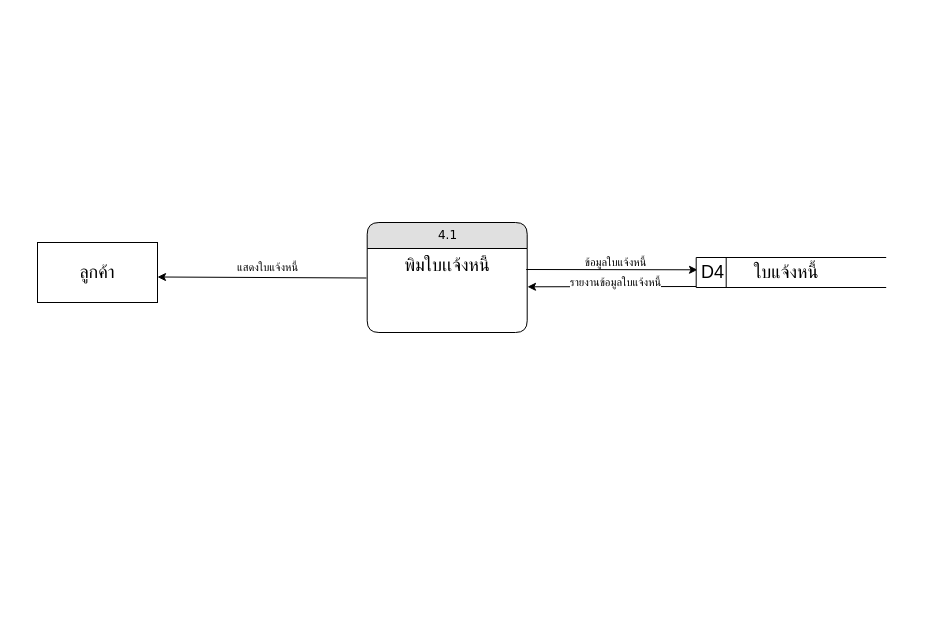
Above: dataflow-pms-4.0.drawio in NewSnooker/it-udvc-pms (draw.io), before the change. Source tidied: cells renumbered, new cells numbered last; positions are measured from the earlier drawing's top-left corner, leaving out a move shared by most shapes. Both pictures are drawn from the tidied source at 100%, with x=0, y=0 at pixel (37, 222).
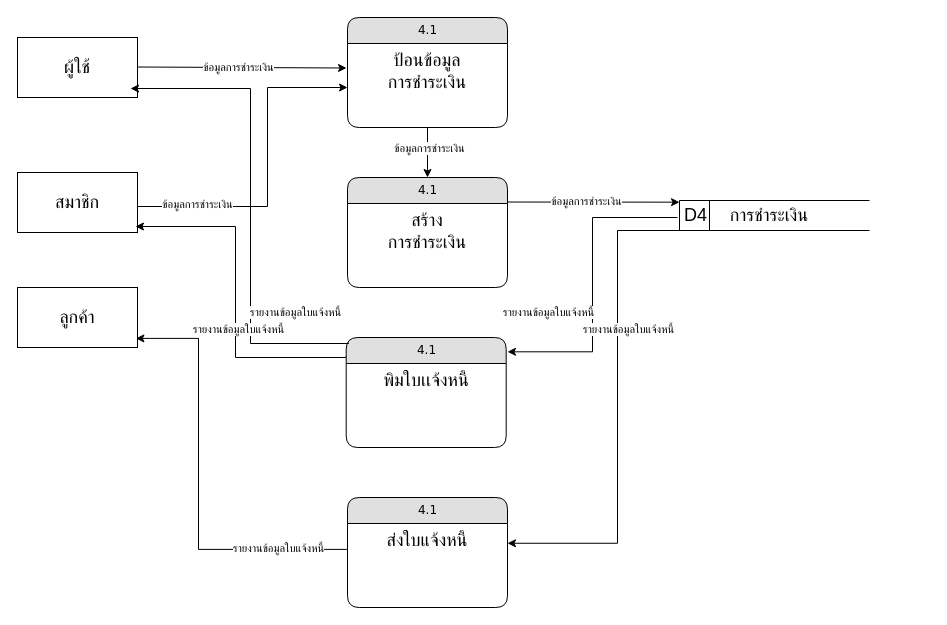
Above is the later version.

Diff of the diagram source:
```diff
@@
     <mxCell id="2" value="4.1" style="swimlane;html=1;fontStyle=0;horizontal=1;startSize=26;fillColor=#e0e0e0;swimlaneFillColor=#ffffff;align=center;rounded=1;shadow=0;comic=0;labelBackgroundColor=none;strokeWidth=1;fontFamily=Verdana;fontSize=12;" parent="1" vertex="1">
-      <mxGeometry x="329.7" width="160" height="110" as="geometry" />
+      <mxGeometry x="308.7" y="115" width="160" height="110" as="geometry" />
     </mxCell>
@@
+    <mxCell id="7" style="endArrow=classic;html=1;rounded=0;exitX=-0.003;exitY=0.826;exitDx=0;exitDy=0;entryX=1;entryY=0.833;entryDx=0;entryDy=0;entryPerimeter=0;exitPerimeter=0;" parent="1" edge="1">
+      <mxGeometry relative="1" as="geometry">
+        <mxPoint x="100" y="-155.5" as="sourcePoint" />
+        <mxPoint x="309" y="-154.5" as="targetPoint" />
+      </mxGeometry>
+    </mxCell>
     <mxCell id="4" value="&lt;span style=&quot;font-size: 18px;&quot;&gt;ลูกค้า&lt;/span&gt;" style="rounded=0;whiteSpace=wrap;html=1;" parent="1" vertex="1">
-      <mxGeometry y="20" width="120" height="60" as="geometry" />
+      <mxGeometry x="-20" y="65" width="120" height="60" as="geometry" />
     </mxCell>
-    <mxCell id="5" style="endArrow=classic;html=1;rounded=0;exitX=0.992;exitY=0.389;exitDx=0;exitDy=0;exitPerimeter=0;entryX=0;entryY=0.242;entryDx=0;entryDy=0;entryPerimeter=0;" parent="1" edge="1">
-      <mxGeometry relative="1" as="geometry">
-        <mxPoint x="488.7" y="47" as="sourcePoint" />
-        <mxPoint x="660" y="47.3" as="targetPoint" />
-      </mxGeometry>
-    </mxCell>
-    <mxCell id="6" style="endArrow=classic;html=1;rounded=0;exitX=-0.001;exitY=0.799;exitDx=0;exitDy=0;exitPerimeter=0;entryX=1;entryY=0.709;entryDx=0;entryDy=0;entryPerimeter=0;" parent="1" edge="1">
-      <mxGeometry relative="1" as="geometry">
-        <mxPoint x="659.8" y="64" as="sourcePoint" />
-        <mxPoint x="490" y="64.3" as="targetPoint" />
-      </mxGeometry>
-    </mxCell>
-    <mxCell id="7" style="endArrow=classic;html=1;rounded=0;exitX=-0.003;exitY=0.826;exitDx=0;exitDy=0;entryX=1;entryY=0.833;entryDx=0;entryDy=0;entryPerimeter=0;exitPerimeter=0;" parent="1" edge="1">
-      <mxGeometry relative="1" as="geometry">
-        <mxPoint x="329" y="55.5" as="sourcePoint" />
-        <mxPoint x="120" y="54.5" as="targetPoint" />
-      </mxGeometry>
-    </mxCell>
-    <mxCell id="8" value="แสดงใบแจ้งหนี้" style="edgeLabel;html=1;align=center;verticalAlign=middle;" parent="7" vertex="1">
-      <mxGeometry x="0.07" y="-2" relative="1" as="geometry">
-        <mxPoint x="12" y="-8" as="offset" />
-      </mxGeometry>
-    </mxCell>
-    <mxCell id="9" value="ข้อมูลใบแจ้งหนี้" style="edgeLabel;html=1;align=center;verticalAlign=middle;" parent="7" vertex="1">
-      <mxGeometry x="0.07" y="-2" relative="1" as="geometry">
-        <mxPoint x="360" y="-13" as="offset" />
-      </mxGeometry>
-    </mxCell>
-    <mxCell id="10" value="รายงานข้อมูลใบแจ้งหนี้" style="edgeLabel;html=1;align=center;verticalAlign=middle;" parent="7" vertex="1">
-      <mxGeometry x="0.07" y="-2" relative="1" as="geometry">
-        <mxPoint x="360" y="7" as="offset" />
-      </mxGeometry>
-    </mxCell>
-    <mxCell id="11" style="group;" parent="1" vertex="1">
-      <mxGeometry x="658.7" y="35" width="190" height="30" as="geometry" />
-    </mxCell>
+    <mxCell id="14" value="&lt;span style=&quot;font-size: 18px;&quot;&gt;ผู้ใช้&lt;/span&gt;" style="rounded=0;whiteSpace=wrap;html=1;" parent="1" vertex="1">
+      <mxGeometry x="-20" y="-185" width="120" height="60" as="geometry" />
+    </mxCell>
+    <mxCell id="15" value="4.1" style="swimlane;html=1;fontStyle=0;horizontal=1;startSize=26;fillColor=#e0e0e0;swimlaneFillColor=#ffffff;align=center;rounded=1;shadow=0;comic=0;labelBackgroundColor=none;strokeWidth=1;fontFamily=Verdana;fontSize=12;" parent="1" vertex="1">
+      <mxGeometry x="310" y="-205" width="160" height="110" as="geometry" />
+    </mxCell>
+    <mxCell id="16" value="&lt;span style=&quot;font-size: 18px;&quot;&gt;ป้อนข้อมูล&lt;/span&gt;&lt;div&gt;&lt;span style=&quot;font-size: 18px;&quot;&gt;การชำระเงิน&lt;/span&gt;&lt;/div&gt;" style="text;html=1;strokeColor=none;fillColor=none;spacingLeft=4;spacingRight=4;whiteSpace=wrap;overflow=hidden;points=[[0,0.5],[1,0.5]];portConstraint=eastwest;align=center;" parent="15" vertex="1">
+      <mxGeometry y="26" width="160" height="54" as="geometry" />
+    </mxCell>
+    <mxCell id="17" style="endArrow=classic;html=1;rounded=0;entryX=0.5;entryY=0;entryDx=0;entryDy=0;" parent="15" edge="1" target="19">
+      <mxGeometry relative="1" as="geometry">
+        <mxPoint x="80" y="110" as="sourcePoint" />
+      </mxGeometry>
+    </mxCell>
+    <mxCell id="18" value="ข้อมูลการชำระเงิน" style="edgeLabel;html=1;align=center;verticalAlign=middle;" parent="17" vertex="1">
+      <mxGeometry x="-0.21" y="1" relative="1" as="geometry" />
+    </mxCell>
+    <mxCell id="19" value="4.1" style="swimlane;html=1;fontStyle=0;horizontal=1;startSize=26;fillColor=#e0e0e0;swimlaneFillColor=#ffffff;align=center;rounded=1;shadow=0;comic=0;labelBackgroundColor=none;strokeWidth=1;fontFamily=Verdana;fontSize=12;" parent="1" vertex="1">
+      <mxGeometry x="310" y="-45" width="160" height="110" as="geometry" />
+    </mxCell>
+    <mxCell id="20" value="&lt;font style=&quot;font-size: 18px;&quot;&gt;สร้าง&lt;/font&gt;&lt;br&gt;&lt;div&gt;&lt;span style=&quot;font-size: 18px;&quot;&gt;การชำระเงิน&lt;/span&gt;&lt;/div&gt;" style="text;html=1;strokeColor=none;fillColor=none;spacingLeft=4;spacingRight=4;whiteSpace=wrap;overflow=hidden;points=[[0,0.5],[1,0.5]];portConstraint=eastwest;align=center;" parent="19" vertex="1">
+      <mxGeometry y="26" width="160" height="54" as="geometry" />
+    </mxCell>
+    <mxCell id="21" value="4.1" style="swimlane;html=1;fontStyle=0;horizontal=1;startSize=26;fillColor=#e0e0e0;swimlaneFillColor=#ffffff;align=center;rounded=1;shadow=0;comic=0;labelBackgroundColor=none;strokeWidth=1;fontFamily=Verdana;fontSize=12;" parent="1" vertex="1">
+      <mxGeometry x="310" y="275" width="160" height="110" as="geometry" />
+    </mxCell>
+    <mxCell id="22" value="&lt;span style=&quot;font-size: 18px;&quot;&gt;ส่งใบแจ้งหนี้&lt;/span&gt;" style="text;html=1;strokeColor=none;fillColor=none;spacingLeft=4;spacingRight=4;whiteSpace=wrap;overflow=hidden;points=[[0,0.5],[1,0.5]];portConstraint=eastwest;align=center;" parent="21" vertex="1">
+      <mxGeometry y="26" width="160" height="54" as="geometry" />
+    </mxCell>
+    <mxCell id="23" value="&lt;span style=&quot;font-size: 18px;&quot;&gt;สมาชิก&lt;/span&gt;" style="rounded=0;whiteSpace=wrap;html=1;" parent="1" vertex="1">
+      <mxGeometry x="-20" y="-50" width="120" height="60" as="geometry" />
+    </mxCell>
+    <mxCell id="24" style="endArrow=classic;html=1;rounded=0;exitX=0.04;exitY=1.099;exitDx=0;exitDy=0;exitPerimeter=0;entryX=1;entryY=0.709;entryDx=0;entryDy=0;entryPerimeter=0;edgeStyle=elbowEdgeStyle;" parent="1" edge="1">
+      <mxGeometry relative="1" as="geometry">
+        <mxPoint x="640" y="-5" as="sourcePoint" />
+        <mxPoint x="470" y="129.3" as="targetPoint" />
+      </mxGeometry>
+    </mxCell>
+    <mxCell id="25" style="group;" parent="1" vertex="1">
+      <mxGeometry x="642" y="-22" width="250" height="30" as="geometry" />
+    </mxCell>
-    <mxCell id="12" value="&lt;font style=&quot;font-size: 18px;&quot;&gt;D4&lt;/font&gt;" style="html=1;dashed=0;whiteSpace=wrap;shape=mxgraph.dfd.dataStoreID;align=left;spacingLeft=3;" parent="11" vertex="1">
+    <mxCell id="12" value="&lt;font style=&quot;font-size: 18px;&quot;&gt;D4&lt;/font&gt;" style="html=1;dashed=0;whiteSpace=wrap;shape=mxgraph.dfd.dataStoreID;align=left;spacingLeft=3;" parent="25" vertex="1">
       <mxGeometry width="190" height="30" as="geometry" />
     </mxCell>
-    <mxCell id="13" value="&lt;font style=&quot;font-size: 18px;&quot;&gt;ใบแจ้งหนี้&lt;/font&gt;" style="text;strokeColor=none;align=center;fillColor=none;html=1;verticalAlign=middle;whiteSpace=wrap;rounded=0;" parent="11" vertex="1">
-      <mxGeometry x="50" width="80" height="30" as="geometry" />
-    </mxCell>
+    <mxCell id="26" value="&lt;font style=&quot;font-size: 18px;&quot;&gt;การชำระเงิน&lt;/font&gt;" style="text;strokeColor=none;align=center;fillColor=none;html=1;verticalAlign=middle;whiteSpace=wrap;rounded=0;" parent="25" vertex="1">
+      <mxGeometry x="-10" width="200" height="30" as="geometry" />
+    </mxCell>
+    <mxCell id="27" style="endArrow=classic;html=1;rounded=0;entryX=0.05;entryY=0.056;entryDx=0;entryDy=0;entryPerimeter=0;exitX=1.001;exitY=-0.027;exitDx=0;exitDy=0;exitPerimeter=0;" parent="1" edge="1" source="20" target="26">
+      <mxGeometry relative="1" as="geometry" />
+    </mxCell>
+    <mxCell id="28" value="ข้อมูลการชำระเงิน" style="edgeLabel;html=1;align=center;verticalAlign=middle;" parent="27" vertex="1">
+      <mxGeometry x="-0.09" y="3" relative="1" as="geometry">
+        <mxPoint y="2" as="offset" />
+      </mxGeometry>
+    </mxCell>
+    <mxCell id="29" value="รายงานข้อมูลใบแจ้งหนี้" style="edgeLabel;html=1;align=center;verticalAlign=middle;" parent="27" vertex="1">
+      <mxGeometry x="-0.09" y="3" relative="1" as="geometry">
+        <mxPoint x="-38" y="113" as="offset" />
+      </mxGeometry>
+    </mxCell>
+    <mxCell id="30" value="ข้อมูลการชำระเงิน" style="edgeLabel;html=1;align=center;verticalAlign=middle;" parent="27" vertex="1">
+      <mxGeometry x="-0.09" y="3" relative="1" as="geometry">
+        <mxPoint x="-348" y="-132" as="offset" />
+      </mxGeometry>
+    </mxCell>
+    <mxCell id="31" style="endArrow=classic;html=1;rounded=0;entryX=1;entryY=0.366;entryDx=0;entryDy=0;entryPerimeter=0;edgeStyle=elbowEdgeStyle;exitX=0.052;exitY=1;exitDx=0;exitDy=0;exitPerimeter=0;" parent="1" edge="1" source="26" target="22">
+      <mxGeometry relative="1" as="geometry">
+        <Array as="points">
+          <mxPoint x="580" y="165" />
+        </Array>
+      </mxGeometry>
+    </mxCell>
+    <mxCell id="32" value="รายงานข้อมูลใบแจ้งหนี้" style="edgeLabel;html=1;align=center;verticalAlign=middle;" parent="31" vertex="1">
+      <mxGeometry x="-0.43" y="-2" relative="1" as="geometry">
+        <mxPoint x="12" y="23" as="offset" />
+      </mxGeometry>
+    </mxCell>
+    <mxCell id="33" style="endArrow=classic;html=1;rounded=0;edgeStyle=elbowEdgeStyle;entryX=0;entryY=0.815;entryDx=0;entryDy=0;entryPerimeter=0;" parent="1" edge="1" target="16">
+      <mxGeometry relative="1" as="geometry">
+        <mxPoint x="99.4" y="-16" as="sourcePoint" />
+        <Array as="points">
+          <mxPoint x="230" y="-65" />
+        </Array>
+      </mxGeometry>
+    </mxCell>
+    <mxCell id="34" value="ข้อมูลการชำระเงิน" style="edgeLabel;html=1;align=center;verticalAlign=middle;" parent="33" vertex="1">
+      <mxGeometry x="-0.7" y="1" relative="1" as="geometry">
+        <mxPoint x="11" y="-2" as="offset" />
+      </mxGeometry>
+    </mxCell>
+    <mxCell id="35" style="endArrow=classic;html=1;rounded=0;entryX=0.978;entryY=0.615;entryDx=0;entryDy=0;entryPerimeter=0;exitX=-0.01;exitY=0.221;exitDx=0;exitDy=0;exitPerimeter=0;edgeStyle=elbowEdgeStyle;" parent="1" edge="1">
+      <mxGeometry relative="1" as="geometry">
+        <mxPoint x="309.4" y="326.9" as="sourcePoint" />
+        <mxPoint x="98.4" y="115.9" as="targetPoint" />
+        <Array as="points">
+          <mxPoint x="161" y="229" />
+        </Array>
+      </mxGeometry>
+    </mxCell>
+    <mxCell id="36" style="endArrow=classic;html=1;rounded=0;exitX=-0.017;exitY=0.014;exitDx=0;exitDy=0;exitPerimeter=0;entryX=1;entryY=0.75;entryDx=0;entryDy=0;edgeStyle=orthogonalEdgeStyle;elbow=vertical;" parent="1" edge="1">
+      <mxGeometry relative="1" as="geometry">
+        <mxPoint x="308" y="134" as="sourcePoint" />
+        <mxPoint x="98" y="4" as="targetPoint" />
+        <Array as="points">
+          <mxPoint x="308" y="135" />
+          <mxPoint x="198" y="135" />
+          <mxPoint x="198" y="4" />
+        </Array>
+      </mxGeometry>
+    </mxCell>
+    <mxCell id="37" style="endArrow=classic;html=1;rounded=0;exitX=-0.017;exitY=0.014;exitDx=0;exitDy=0;exitPerimeter=0;entryX=1;entryY=0.75;entryDx=0;entryDy=0;edgeStyle=orthogonalEdgeStyle;elbow=vertical;" parent="1" edge="1">
+      <mxGeometry relative="1" as="geometry">
+        <mxPoint x="311" y="120" as="sourcePoint" />
+        <mxPoint x="93" y="-134" as="targetPoint" />
+        <Array as="points">
+          <mxPoint x="311" y="121" />
+          <mxPoint x="213" y="121" />
+          <mxPoint x="213" y="-134" />
+        </Array>
+      </mxGeometry>
+    </mxCell>
+    <mxCell id="38" value="รายงานข้อมูลใบแจ้งหนี้" style="edgeLabel;html=1;align=center;verticalAlign=middle;" parent="37" vertex="1">
+      <mxGeometry x="-0.25" y="-2" relative="1" as="geometry">
+        <mxPoint x="42" y="47" as="offset" />
+      </mxGeometry>
+    </mxCell>
+    <mxCell id="39" value="รายงานข้อมูลใบแจ้งหนี้" style="edgeLabel;html=1;align=center;verticalAlign=middle;" parent="37" vertex="1">
+      <mxGeometry x="-0.25" y="-2" relative="1" as="geometry">
+        <mxPoint x="-15" y="64" as="offset" />
+      </mxGeometry>
+    </mxCell>
+    <mxCell id="40" value="รายงานข้อมูลใบแจ้งหนี้" style="edgeLabel;html=1;align=center;verticalAlign=middle;" parent="37" vertex="1">
+      <mxGeometry x="-0.25" y="-2" relative="1" as="geometry">
+        <mxPoint x="25" y="283" as="offset" />
+      </mxGeometry>
+    </mxCell>
```
